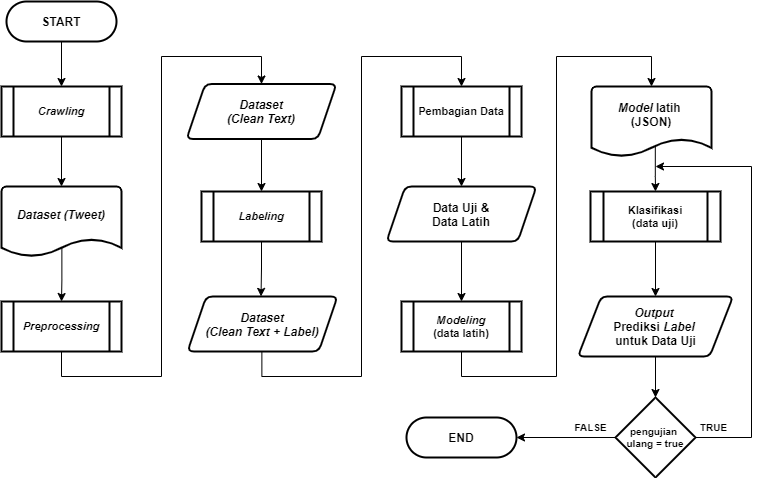
Above: Dokumen TA/Paper/Flowchart/P1. Flowchart keseluruhan proses sistem.png in muspriandi/TextMining-SentimentAnalysis (draw.io), before the change. Source tidied: cells renumbered, new cells last; positions are measured from the earlier drawing's top-left corner, leaving out a move shared by most shapes.
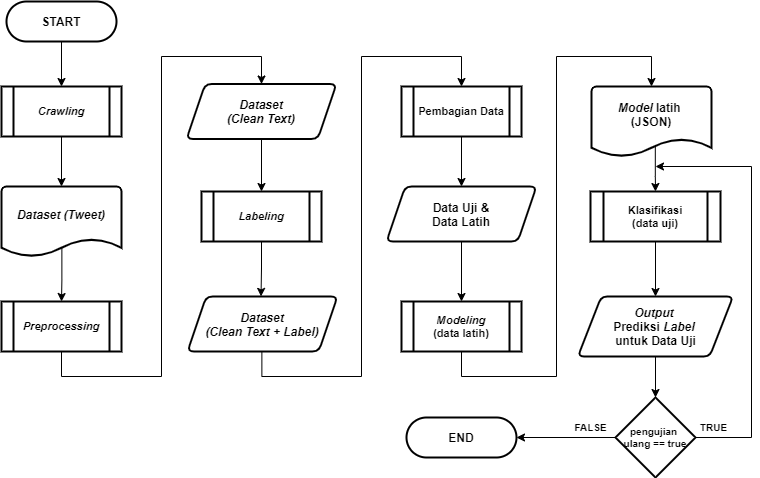
The same diagram one commit later.

What changed in the source:
```diff
@@ -126,7 +126,7 @@
         </Array>
       </mxGeometry>
     </mxCell>
-    <mxCell id="31" value="&lt;b&gt;pengujian &lt;br&gt;ulang = true&lt;/b&gt;" style="rhombus;whiteSpace=wrap;html=1;strokeWidth=2;fontSize=10;" parent="1" vertex="1">
+    <mxCell id="31" value="&lt;b&gt;pengujian &lt;br&gt;ulang == true&lt;/b&gt;" style="rhombus;whiteSpace=wrap;html=1;strokeWidth=2;fontSize=10;" parent="1" vertex="1">
       <mxGeometry x="614" y="396" width="80" height="80" as="geometry" />
     </mxCell>
     <mxCell id="32" value="TRUE" style="text;html=1;align=center;verticalAlign=middle;fontSize=10;fontStyle=1;" parent="1" vertex="1">
```
